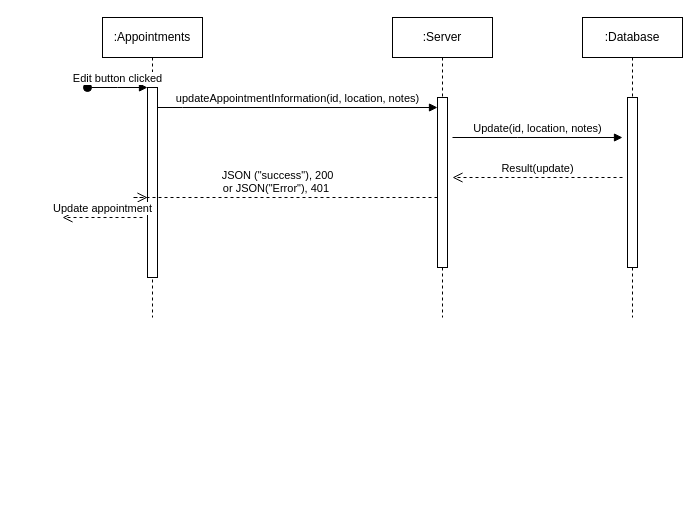
azukailonzo/azukailonzo keeps this draw.io diagram as BookAppointmentDiagram.drawio. Above is the earlier version. Source tidied: cells renumbered, new cells numbered last; positions are measured from the earlier drawing's top-left corner, leaving out a move shared by most shapes. Both pictures are drawn from the tidied source at 100%, with x=0, y=0 at pixel (62, 17).
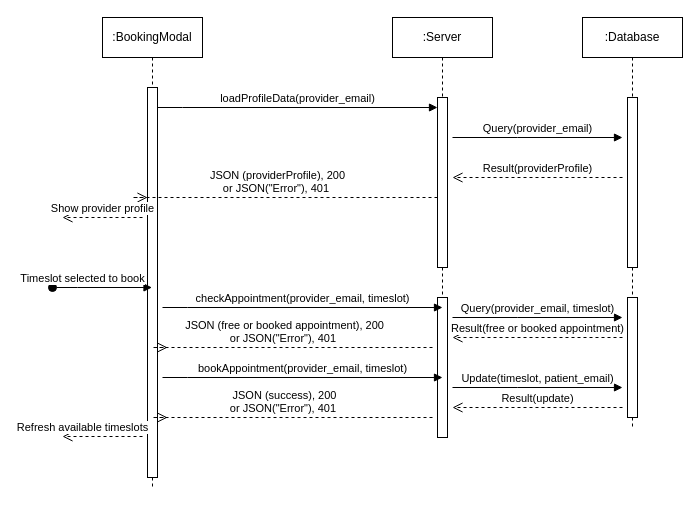
The same diagram, later.

The change refers to these unchanged cells:
```xml
<mxCell id="6" style="html=1;points=[];perimeter=orthogonalPerimeter;outlineConnect=0;targetShapes=umlLifeline;portConstraint=eastwest;newEdgeStyle={&quot;edgeStyle&quot;:&quot;elbowEdgeStyle&quot;,&quot;elbow&quot;:&quot;vertical&quot;,&quot;curved&quot;:0,&quot;rounded&quot;:0};" parent="5" vertex="1">
  <mxGeometry x="45" y="80" width="10" height="170" as="geometry" />
</mxCell>
```

What changed in the source:
```diff
@@
-    <mxCell id="2" value=":Appointments" style="shape=umlLifeline;perimeter=lifelinePerimeter;whiteSpace=wrap;html=1;outlineConnect=0;portConstraint=eastwest;newEdgeStyle={&quot;edgeStyle&quot;:&quot;elbowEdgeStyle&quot;,&quot;elbow&quot;:&quot;vertical&quot;,&quot;curved&quot;:0,&quot;rounded&quot;:0};" parent="1" vertex="1">
-      <mxGeometry x="40" width="100" height="300" as="geometry" />
+    <mxCell id="2" value=":BookingModal" style="shape=umlLifeline;perimeter=lifelinePerimeter;whiteSpace=wrap;html=1;outlineConnect=0;portConstraint=eastwest;newEdgeStyle={&quot;edgeStyle&quot;:&quot;elbowEdgeStyle&quot;,&quot;elbow&quot;:&quot;vertical&quot;,&quot;curved&quot;:0,&quot;rounded&quot;:0};" parent="1" vertex="1">
+      <mxGeometry x="40" width="100" height="470" as="geometry" />
     </mxCell>
     <mxCell id="3" style="html=1;points=[];perimeter=orthogonalPerimeter;outlineConnect=0;targetShapes=umlLifeline;portConstraint=eastwest;newEdgeStyle={&quot;edgeStyle&quot;:&quot;elbowEdgeStyle&quot;,&quot;elbow&quot;:&quot;vertical&quot;,&quot;curved&quot;:0,&quot;rounded&quot;:0};" parent="2" vertex="1">
-      <mxGeometry x="45" y="70" width="10" height="190" as="geometry" />
+      <mxGeometry x="45" y="70" width="10" height="390" as="geometry" />
     </mxCell>
-    <mxCell id="4" value="Edit button clicked" style="html=1;verticalAlign=bottom;startArrow=oval;endArrow=block;startSize=8;edgeStyle=elbowEdgeStyle;elbow=vertical;curved=0;rounded=0;" parent="2" edge="1" target="3">
-      <mxGeometry relative="1" as="geometry">
-        <mxPoint x="-15" y="70" as="sourcePoint" />
-      </mxGeometry>
-    </mxCell>
     <mxCell id="5" value=":Server" style="shape=umlLifeline;perimeter=lifelinePerimeter;whiteSpace=wrap;html=1;newEdgeStyle={&quot;edgeStyle&quot;:&quot;elbowEdgeStyle&quot;,&quot;elbow&quot;:&quot;vertical&quot;,&quot;curved&quot;:0,&quot;rounded&quot;:0};" parent="1" vertex="1">
-      <mxGeometry x="330" width="100" height="300" as="geometry" />
+      <mxGeometry x="330" width="100" height="420" as="geometry" />
     </mxCell>
@@
+    <mxCell id="14" style="html=1;perimeter=orthogonalPerimeter;targetShapes=umlLifeline;newEdgeStyle={&quot;edgeStyle&quot;:&quot;elbowEdgeStyle&quot;,&quot;elbow&quot;:&quot;vertical&quot;,&quot;curved&quot;:0,&quot;rounded&quot;:0};" parent="5" vertex="1">
+      <mxGeometry x="45" y="280" width="10" height="140" as="geometry" />
+    </mxCell>
-    <mxCell id="7" value="updateAppointmentInformation(id, location, notes)" style="html=1;verticalAlign=bottom;endArrow=block;edgeStyle=elbowEdgeStyle;elbow=vertical;curved=0;rounded=0;" parent="1" edge="1" source="3" target="6">
+    <mxCell id="7" value="loadProfileData(provider_email)" style="html=1;verticalAlign=bottom;endArrow=block;edgeStyle=elbowEdgeStyle;elbow=vertical;curved=0;rounded=0;" parent="1" edge="1" source="3" target="6">
       <mxGeometry relative="1" as="geometry">
         <Array as="points">
           <mxPoint x="120" y="90" />
           <mxPoint x="60" y="120" />
           <mxPoint x="80" y="80" />
         </Array>
       </mxGeometry>
     </mxCell>
-    <mxCell id="8" value="JSON (&quot;success&quot;), 200 &lt;br&gt;or JSON(&quot;Error&quot;), 401&amp;nbsp;" style="html=1;verticalAlign=bottom;endArrow=open;dashed=1;endSize=8;edgeStyle=elbowEdgeStyle;elbow=vertical;curved=0;rounded=0;" parent="1" edge="1" source="6" target="3">
+    <mxCell id="8" value="JSON (providerProfile), 200 &lt;br&gt;or JSON(&quot;Error&quot;), 401&amp;nbsp;" style="html=1;verticalAlign=bottom;endArrow=open;dashed=1;endSize=8;edgeStyle=elbowEdgeStyle;elbow=vertical;curved=0;rounded=0;" parent="1" edge="1" source="6" target="3">
       <mxGeometry relative="1" as="geometry">
         <Array as="points">
           <mxPoint x="70" y="180" />
           <mxPoint x="90" y="240" />
         </Array>
       </mxGeometry>
     </mxCell>
     <mxCell id="9" value=":Database" style="shape=umlLifeline;perimeter=lifelinePerimeter;whiteSpace=wrap;html=1;newEdgeStyle={&quot;edgeStyle&quot;:&quot;elbowEdgeStyle&quot;,&quot;elbow&quot;:&quot;vertical&quot;,&quot;curved&quot;:0,&quot;rounded&quot;:0};" parent="1" vertex="1">
-      <mxGeometry x="520" width="100" height="300" as="geometry" />
+      <mxGeometry x="520" width="100" height="410" as="geometry" />
     </mxCell>
@@
+    <mxCell id="15" style="html=1;perimeter=orthogonalPerimeter;targetShapes=umlLifeline;newEdgeStyle={&quot;edgeStyle&quot;:&quot;elbowEdgeStyle&quot;,&quot;elbow&quot;:&quot;vertical&quot;,&quot;curved&quot;:0,&quot;rounded&quot;:0};" parent="9" vertex="1">
+      <mxGeometry x="45" y="280" width="10" height="120" as="geometry" />
+    </mxCell>
-    <mxCell id="11" value="Update(id, location, notes)" style="html=1;verticalAlign=bottom;endArrow=block;edgeStyle=elbowEdgeStyle;elbow=vertical;curved=0;rounded=0;" parent="1" edge="1">
+    <mxCell id="11" value="Query(provider_email)" style="html=1;verticalAlign=bottom;endArrow=block;edgeStyle=elbowEdgeStyle;elbow=vertical;curved=0;rounded=0;" parent="1" edge="1">
       <mxGeometry relative="1" as="geometry">
         <mxPoint x="390" y="120" as="sourcePoint" />
         <mxPoint x="560" y="120" as="targetPoint" />
         <Array as="points">
           <mxPoint x="455" y="120" />
           <mxPoint x="475" y="80" />
         </Array>
       </mxGeometry>
     </mxCell>
-    <mxCell id="12" value="Result(update)" style="html=1;verticalAlign=bottom;endArrow=open;dashed=1;endSize=8;edgeStyle=elbowEdgeStyle;elbow=vertical;curved=0;rounded=0;" parent="1" edge="1">
+    <mxCell id="12" value="Result(providerProfile)" style="html=1;verticalAlign=bottom;endArrow=open;dashed=1;endSize=8;edgeStyle=elbowEdgeStyle;elbow=vertical;curved=0;rounded=0;" parent="1" edge="1">
       <mxGeometry relative="1" as="geometry">
         <mxPoint x="560" y="160" as="sourcePoint" />
         <mxPoint x="390" y="160" as="targetPoint" />
         <Array as="points">
           <mxPoint x="465" y="160" />
           <mxPoint x="485" y="220" />
         </Array>
       </mxGeometry>
     </mxCell>
-    <mxCell id="13" value="Update appointment" style="html=1;verticalAlign=bottom;endArrow=open;dashed=1;endSize=8;edgeStyle=elbowEdgeStyle;elbow=vertical;curved=0;rounded=0;" parent="1" edge="1">
+    <mxCell id="13" value="Show provider profile" style="html=1;verticalAlign=bottom;endArrow=open;dashed=1;endSize=8;edgeStyle=elbowEdgeStyle;elbow=vertical;curved=0;rounded=0;" parent="1" edge="1">
       <mxGeometry relative="1" as="geometry">
         <mxPoint x="80" y="200" as="sourcePoint" />
         <mxPoint y="200" as="targetPoint" />
       </mxGeometry>
     </mxCell>
+    <mxCell id="16" value="Timeslot selected to book" style="html=1;verticalAlign=bottom;startArrow=oval;endArrow=block;startSize=8;edgeStyle=elbowEdgeStyle;elbow=vertical;curved=0;rounded=0;" parent="1" edge="1" target="2">
+      <mxGeometry x="-0.4" relative="1" as="geometry">
+        <mxPoint x="-10" y="270" as="sourcePoint" />
+      </mxGeometry>
+    </mxCell>
+    <mxCell id="17" value="checkAppointment(provider_email, timeslot)" style="html=1;verticalAlign=bottom;endArrow=block;edgeStyle=elbowEdgeStyle;elbow=vertical;curved=0;rounded=0;" parent="1" edge="1">
+      <mxGeometry relative="1" as="geometry">
+        <mxPoint x="100" y="290" as="sourcePoint" />
+        <mxPoint x="380" y="290" as="targetPoint" />
+        <Array as="points">
+          <mxPoint x="125" y="290" />
+          <mxPoint x="65" y="320" />
+          <mxPoint x="85" y="280" />
+        </Array>
+      </mxGeometry>
+    </mxCell>
+    <mxCell id="18" value="Query(provider_email, timeslot)" style="html=1;verticalAlign=bottom;endArrow=block;edgeStyle=elbowEdgeStyle;elbow=vertical;curved=0;rounded=0;" parent="1" edge="1">
+      <mxGeometry relative="1" as="geometry">
+        <mxPoint x="390" y="300" as="sourcePoint" />
+        <mxPoint x="560" y="300" as="targetPoint" />
+        <Array as="points">
+          <mxPoint x="455" y="300" />
+          <mxPoint x="475" y="260" />
+        </Array>
+      </mxGeometry>
+    </mxCell>
+    <mxCell id="19" value="Result(free or booked appointment)" style="html=1;verticalAlign=bottom;endArrow=open;dashed=1;endSize=8;edgeStyle=elbowEdgeStyle;elbow=vertical;curved=0;rounded=0;" parent="1" edge="1">
+      <mxGeometry relative="1" as="geometry">
+        <mxPoint x="560" y="320" as="sourcePoint" />
+        <mxPoint x="390" y="320" as="targetPoint" />
+        <Array as="points">
+          <mxPoint x="465" y="320" />
+          <mxPoint x="485" y="380" />
+        </Array>
+      </mxGeometry>
+    </mxCell>
+    <mxCell id="20" value="JSON (free or booked appointment), 200 &lt;br&gt;or JSON(&quot;Error&quot;), 401&amp;nbsp;" style="html=1;verticalAlign=bottom;endArrow=open;dashed=1;endSize=8;edgeStyle=elbowEdgeStyle;elbow=vertical;curved=0;rounded=0;" parent="1" edge="1">
+      <mxGeometry relative="1" as="geometry">
+        <mxPoint x="370" y="330" as="sourcePoint" />
+        <mxPoint x="105" y="330" as="targetPoint" />
+        <Array as="points">
+          <mxPoint x="90" y="330" />
+          <mxPoint x="110" y="390" />
+        </Array>
+      </mxGeometry>
+    </mxCell>
+    <mxCell id="21" value="bookAppointment(provider_email, timeslot)" style="html=1;verticalAlign=bottom;endArrow=block;edgeStyle=elbowEdgeStyle;elbow=vertical;curved=0;rounded=0;" parent="1" edge="1">
+      <mxGeometry relative="1" as="geometry">
+        <mxPoint x="100" y="360" as="sourcePoint" />
+        <mxPoint x="380" y="360" as="targetPoint" />
+        <Array as="points">
+          <mxPoint x="125" y="360" />
+          <mxPoint x="65" y="390" />
+          <mxPoint x="85" y="350" />
+        </Array>
+      </mxGeometry>
+    </mxCell>
+    <mxCell id="22" value="Update(timeslot, patient_email)" style="html=1;verticalAlign=bottom;endArrow=block;edgeStyle=elbowEdgeStyle;elbow=vertical;curved=0;rounded=0;" parent="1" edge="1">
+      <mxGeometry relative="1" as="geometry">
+        <mxPoint x="390" y="370" as="sourcePoint" />
+        <mxPoint x="560" y="370" as="targetPoint" />
+        <Array as="points">
+          <mxPoint x="455" y="370" />
+          <mxPoint x="475" y="330" />
+        </Array>
+      </mxGeometry>
+    </mxCell>
+    <mxCell id="23" value="Result(update)" style="html=1;verticalAlign=bottom;endArrow=open;dashed=1;endSize=8;edgeStyle=elbowEdgeStyle;elbow=vertical;curved=0;rounded=0;" parent="1" edge="1">
+      <mxGeometry relative="1" as="geometry">
+        <mxPoint x="560" y="390" as="sourcePoint" />
+        <mxPoint x="390" y="390" as="targetPoint" />
+        <Array as="points">
+          <mxPoint x="465" y="390" />
+          <mxPoint x="485" y="450" />
+        </Array>
+      </mxGeometry>
+    </mxCell>
+    <mxCell id="24" value="JSON (success), 200 &lt;br&gt;or JSON(&quot;Error&quot;), 401&amp;nbsp;" style="html=1;verticalAlign=bottom;endArrow=open;dashed=1;endSize=8;edgeStyle=elbowEdgeStyle;elbow=vertical;curved=0;rounded=0;" parent="1" edge="1">
+      <mxGeometry relative="1" as="geometry">
+        <mxPoint x="370" y="400" as="sourcePoint" />
+        <mxPoint x="105" y="400" as="targetPoint" />
+        <Array as="points">
+          <mxPoint x="90" y="400" />
+          <mxPoint x="110" y="460" />
+        </Array>
+      </mxGeometry>
+    </mxCell>
+    <mxCell id="25" value="Refresh available timeslots" style="html=1;verticalAlign=bottom;endArrow=open;dashed=1;endSize=8;edgeStyle=elbowEdgeStyle;elbow=vertical;curved=0;rounded=0;" parent="1" edge="1">
+      <mxGeometry x="0.5" relative="1" as="geometry">
+        <mxPoint x="80" y="419" as="sourcePoint" />
+        <mxPoint y="419" as="targetPoint" />
+      </mxGeometry>
+    </mxCell>
```
